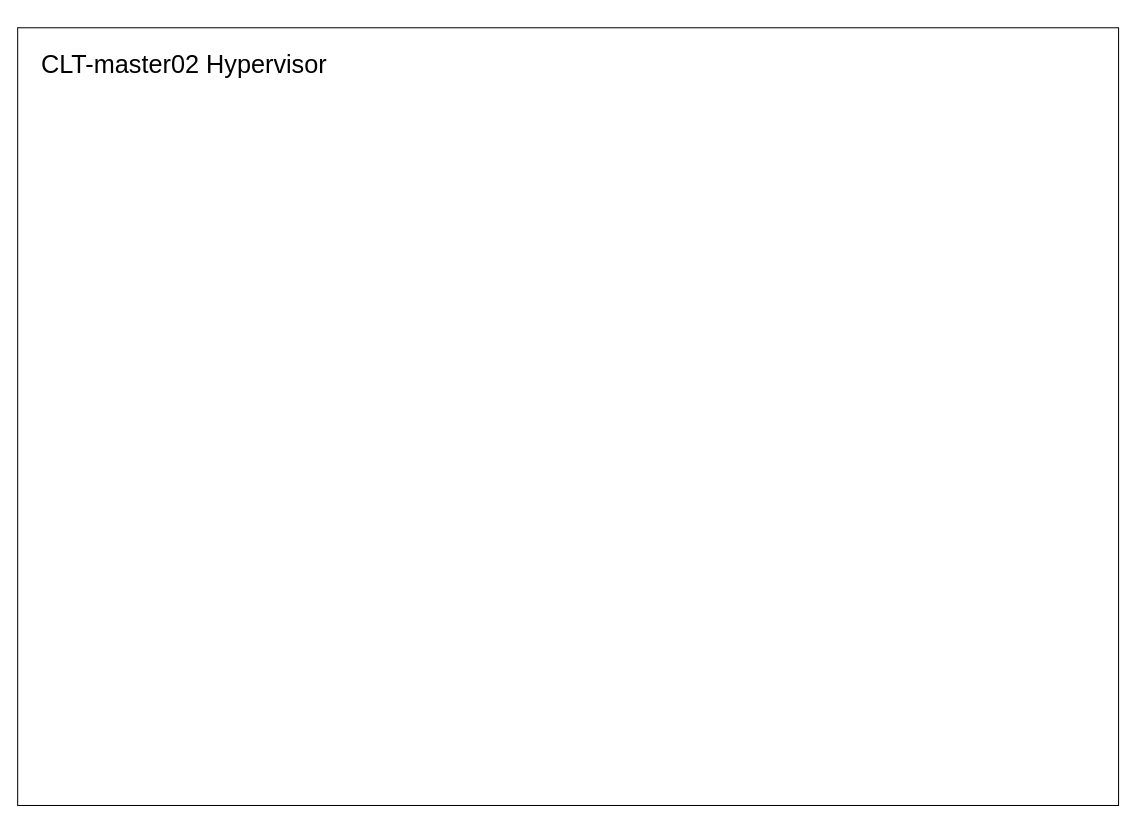
yokikim/Report-resource-linux keeps this draw.io diagram as presentation-2023-02-22.drawio. Above is the earlier version. Source tidied: cells renumbered, new cells numbered last; positions are measured from the earlier drawing's top-left corner, leaving out a move shared by most shapes. Both pictures are drawn from the tidied source at 101%, with x=0, y=0 at pixel (17, 27).
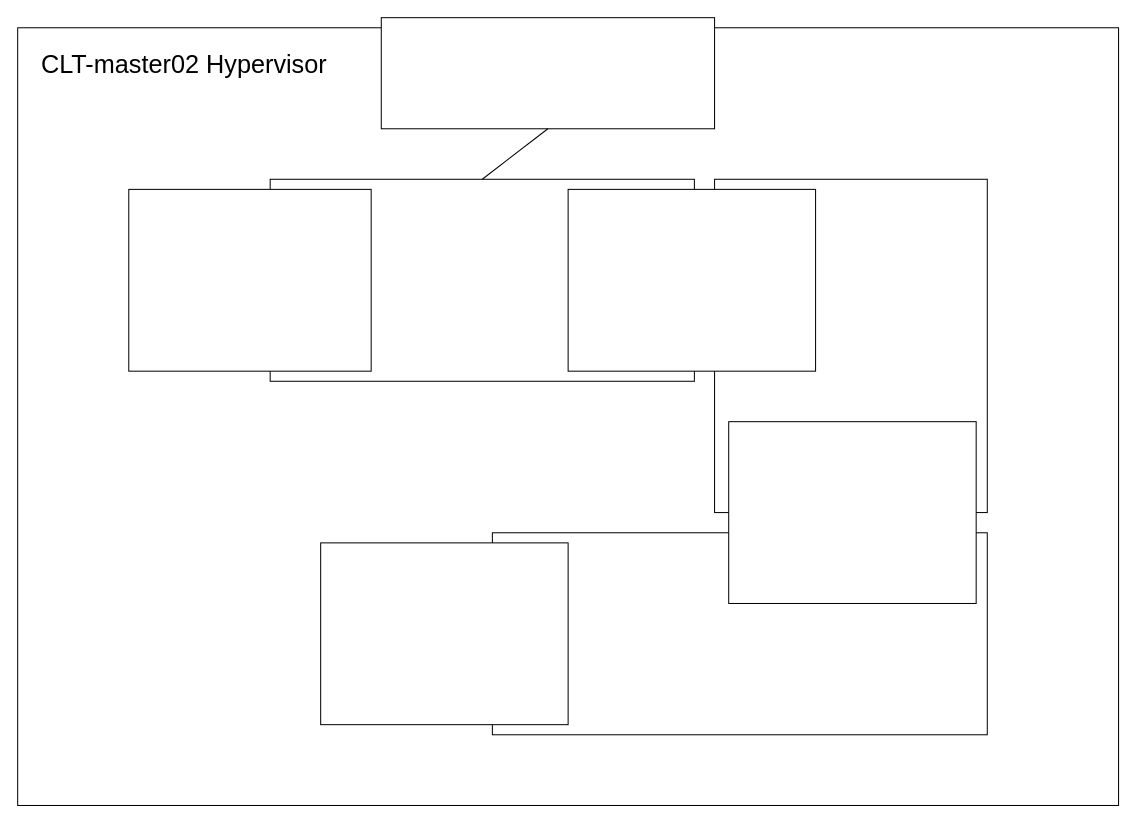
After the change.

What changed in the source:
```diff
@@
 <mxGraphModel>
   <root>
     <mxCell id="0" />
     <mxCell id="1" parent="0" />
+    <mxCell id="4" style="group;" parent="1" vertex="1">
+      <mxGeometry width="1090" height="770" as="geometry" />
+    </mxCell>
-    <mxCell id="2" style="rounded=0;whiteSpace=wrap;html=1;" parent="1" vertex="1">
+    <mxCell id="2" style="rounded=0;whiteSpace=wrap;html=1;" parent="4" vertex="1">
       <mxGeometry width="1090" height="770" as="geometry" />
     </mxCell>
-    <mxCell id="3" value="&lt;font style=&quot;font-size: 25px;&quot;&gt;CLT-master02 Hypervisor&lt;/font&gt;" style="text;html=1;strokeColor=none;fillColor=none;align=center;verticalAlign=middle;whiteSpace=wrap;rounded=0;" parent="1" vertex="1">
+    <mxCell id="3" value="&lt;font style=&quot;font-size: 25px;&quot;&gt;CLT-master02 Hypervisor&lt;/font&gt;" style="text;html=1;strokeColor=none;fillColor=none;align=center;verticalAlign=middle;whiteSpace=wrap;rounded=0;" parent="4" vertex="1">
       <mxGeometry x="10" y="20" width="310" height="30" as="geometry" />
     </mxCell>
+    <mxCell id="5" parent="0" />
+    <mxCell id="6" style="rounded=0;whiteSpace=wrap;html=1;fontSize=25;" parent="5" vertex="1">
+      <mxGeometry x="250" y="150" width="420" height="200" as="geometry" />
+    </mxCell>
+    <mxCell id="7" style="rounded=0;whiteSpace=wrap;html=1;fontSize=25;" parent="5" vertex="1">
+      <mxGeometry x="360" y="-10" width="330" height="110" as="geometry" />
+    </mxCell>
+    <mxCell id="8" style="rounded=0;whiteSpace=wrap;html=1;fontSize=25;" parent="5" vertex="1">
+      <mxGeometry x="690" y="150" width="270" height="330" as="geometry" />
+    </mxCell>
+    <mxCell id="9" style="rounded=0;whiteSpace=wrap;html=1;fontSize=25;" parent="5" vertex="1">
+      <mxGeometry x="470" y="500" width="490" height="200" as="geometry" />
+    </mxCell>
+    <mxCell id="10" style="endArrow=none;html=1;rounded=0;fontSize=25;exitX=0.5;exitY=0;exitDx=0;exitDy=0;entryX=0.5;entryY=1;entryDx=0;entryDy=0;" parent="5" edge="1" source="6" target="7">
+      <mxGeometry relative="1" as="geometry" />
+    </mxCell>
+    <mxCell id="11" parent="0" />
+    <mxCell id="12" style="rounded=0;whiteSpace=wrap;html=1;fontSize=25;" parent="11" vertex="1">
+      <mxGeometry x="545" y="160" width="245" height="180" as="geometry" />
+    </mxCell>
+    <mxCell id="13" style="rounded=0;whiteSpace=wrap;html=1;fontSize=25;" parent="11" vertex="1">
+      <mxGeometry x="110" y="160" width="240" height="180" as="geometry" />
+    </mxCell>
+    <mxCell id="14" style="rounded=0;whiteSpace=wrap;html=1;fontSize=25;" parent="11" vertex="1">
+      <mxGeometry x="704" y="390" width="245" height="180" as="geometry" />
+    </mxCell>
+    <mxCell id="15" style="rounded=0;whiteSpace=wrap;html=1;fontSize=25;" parent="11" vertex="1">
+      <mxGeometry x="300" y="510" width="245" height="180" as="geometry" />
+    </mxCell>
   </root>
 </mxGraphModel>
```
